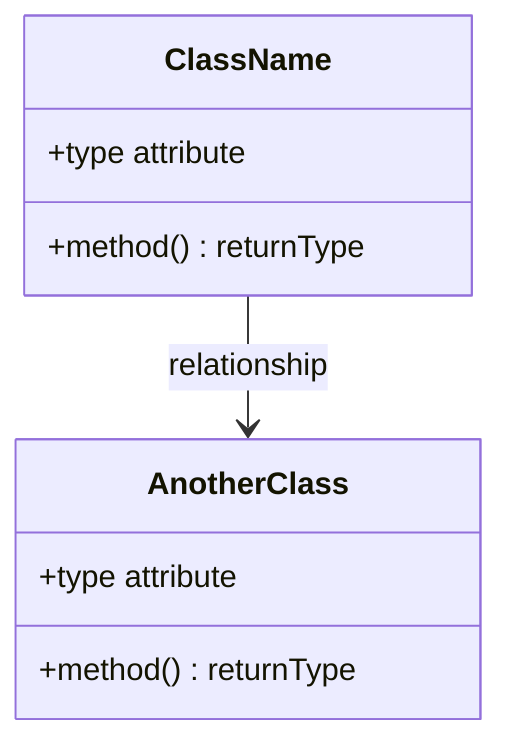
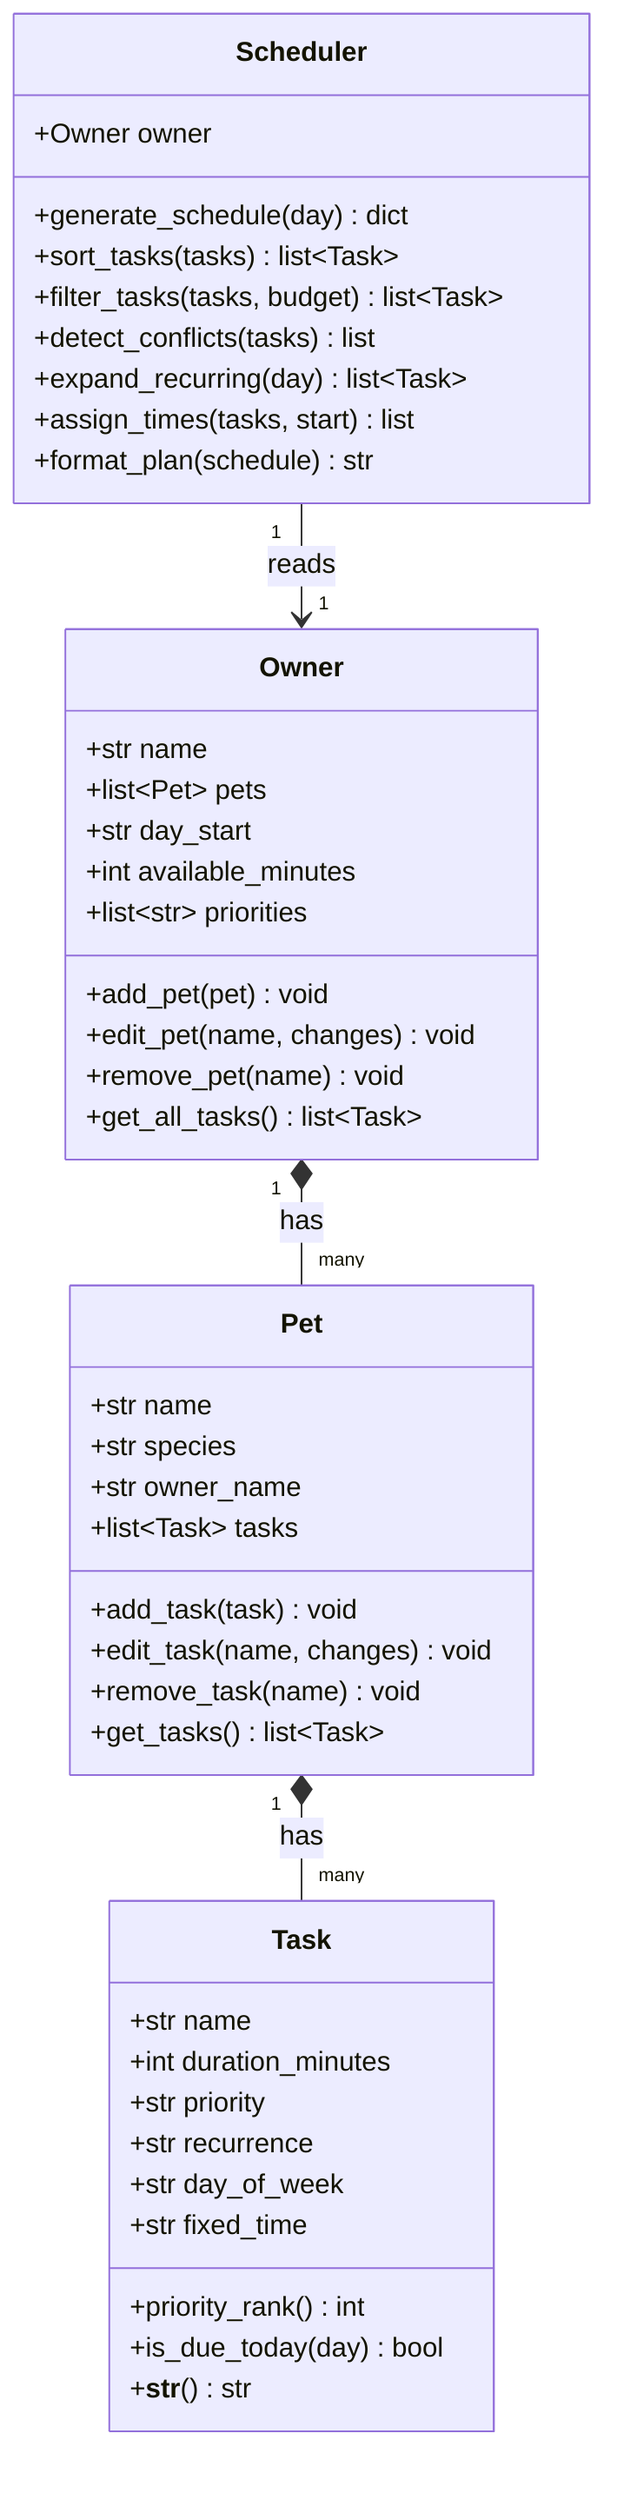
classDiagram
-     %% Replace the placeholders below with your actual classes, attributes, methods, and relationships.
-     %% Keep this file updated so it matches your final implementation.
+     %% PawPal+ class diagram
+     %% Data flows Owner -> Pet(s) -> Task(s); Scheduler reads the Owner to build a daily plan.

-     class ClassName {
-         +type attribute
-         +method() returnType
+     class Owner {
+         +str name
+         +list~Pet~ pets
+         +str day_start
+         +int available_minutes
+         +list~str~ priorities
+         +add_pet(pet) void
+         +edit_pet(name, changes) void
+         +remove_pet(name) void
+         +get_all_tasks() list~Task~
    }

-     class AnotherClass {
-         +type attribute
-         +method() returnType
+     class Pet {
+         +str name
+         +str species
+         +str owner_name
+         +list~Task~ tasks
+         +add_task(task) void
+         +edit_task(name, changes) void
+         +remove_task(name) void
+         +get_tasks() list~Task~
    }

-     ClassName --> AnotherClass : relationship
+     class Task {
+         +str name
+         +int duration_minutes
+         +str priority
+         +str recurrence
+         +str day_of_week
+         +str fixed_time
+         +priority_rank() int
+         +is_due_today(day) bool
+         +__str__() str
+     }
+ 
+     class Scheduler {
+         +Owner owner
+         +generate_schedule(day) dict
+         +sort_tasks(tasks) list~Task~
+         +filter_tasks(tasks, budget) list~Task~
+         +detect_conflicts(tasks) list
+         +expand_recurring(day) list~Task~
+         +assign_times(tasks, start) list
+         +format_plan(schedule) str
+     }
+ 
+     Owner "1" *-- "many" Pet : has
+     Pet "1" *-- "many" Task : has
+     Scheduler "1" --> "1" Owner : reads
